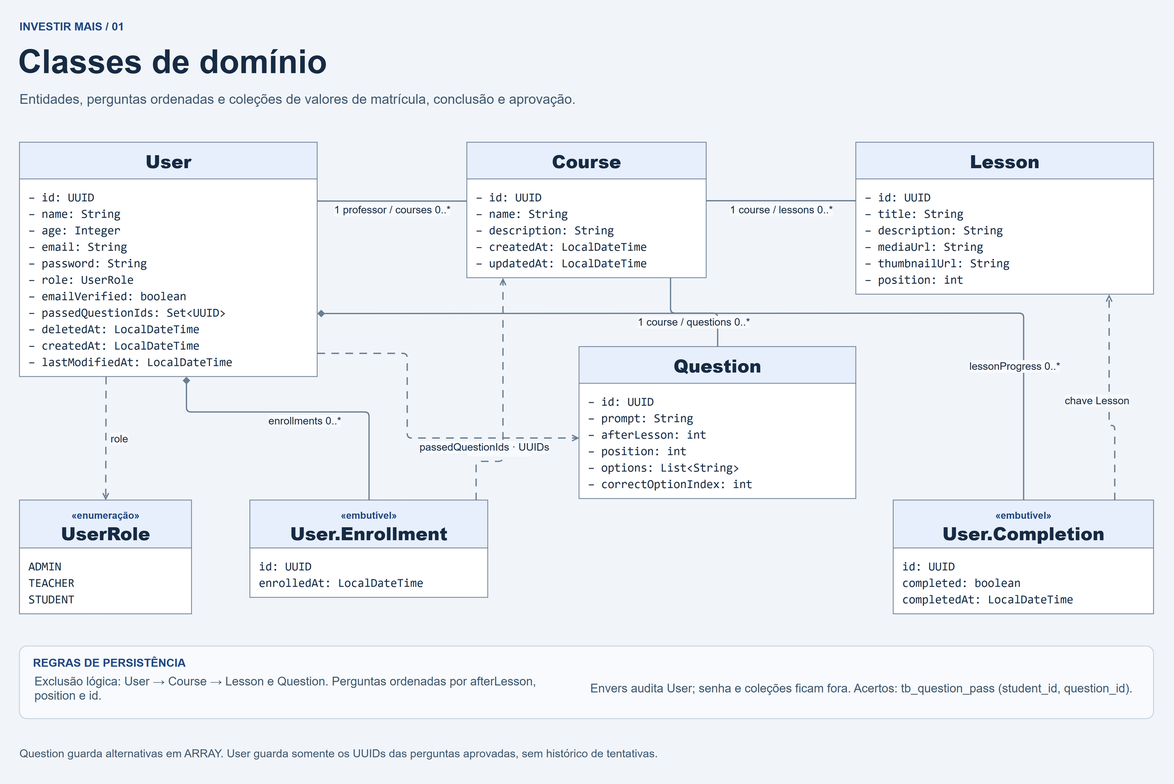
Above: docs/diagramas/classes-de-dominio.png in GabrielYYM/INVESTIR-MAIS (draw.io), before the change. Source tidied: cells renumbered, new cells last; positions are measured from the earlier drawing's top-left corner, leaving out a move shared by most shapes.
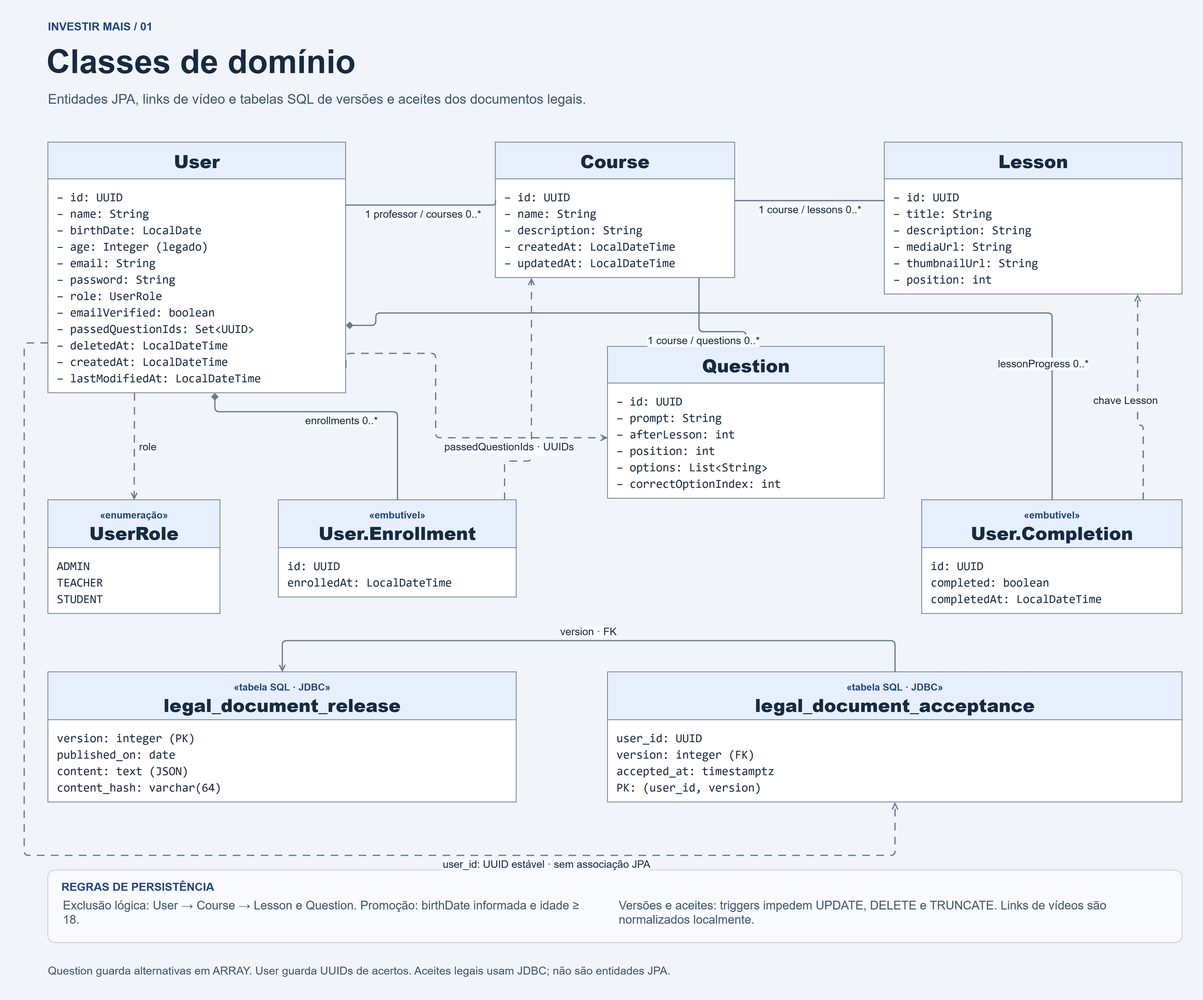
Above is the later version.

Diff of the diagram source:
```diff
@@ -8,17 +8,17 @@
     <mxCell id="3" value="Classes de domínio" style="html=1;whiteSpace=wrap;text;strokeColor=none;fillColor=none;fontSize=44;fontColor=#172B43;fontStyle=1;align=left;verticalAlign=middle;spacing=0;" parent="1" vertex="1">
       <mxGeometry y="31" width="1520" height="54" as="geometry" />
     </mxCell>
-    <mxCell id="4" value="Entidades, perguntas ordenadas e coleções de valores de matrícula, conclusão e aprovação." style="html=1;whiteSpace=wrap;text;strokeColor=none;fillColor=none;fontSize=18;fontColor=#405870;fontStyle=0;align=left;verticalAlign=middle;spacing=0;" parent="1" vertex="1">
+    <mxCell id="4" value="Entidades JPA, links de vídeo e tabelas SQL de versões e aceites dos documentos legais." style="html=1;whiteSpace=wrap;text;strokeColor=none;fillColor=none;fontSize=18;fontColor=#405870;fontStyle=0;align=left;verticalAlign=middle;spacing=0;" parent="1" vertex="1">
       <mxGeometry x="2" y="93" width="1516" height="29" as="geometry" />
     </mxCell>
-    <mxCell id="5" value="Question guarda alternativas em ARRAY. User guarda somente os UUIDs das perguntas aprovadas, sem histórico de tentativas." style="html=1;whiteSpace=wrap;text;strokeColor=none;fillColor=none;fontSize=15;fontColor=#405870;fontStyle=0;align=left;verticalAlign=middle;spacing=0;" parent="1" vertex="1">
-      <mxGeometry x="2" y="966" width="1516" height="32" as="geometry" />
+    <mxCell id="5" value="Question guarda alternativas em ARRAY. User guarda UUIDs de acertos. Aceites legais usam JDBC; não são entidades JPA." style="html=1;whiteSpace=wrap;text;strokeColor=none;fillColor=none;fontSize=15;fontColor=#405870;fontStyle=0;align=left;verticalAlign=middle;spacing=0;" parent="1" vertex="1">
+      <mxGeometry x="2" y="1259" width="1516" height="28" as="geometry" />
     </mxCell>
     <mxCell id="6" value="&lt;b style=&quot;font-size:24px&quot;&gt;User&lt;/b&gt;" style="html=1;whiteSpace=wrap;swimlane;startSize=49;horizontal=1;rounded=0;fillColor=#E7EFFD;swimlaneFillColor=#FFFFFF;strokeColor=#6A7D93;fontColor=#172B43;fontSize=20;align=center;verticalAlign=middle;" parent="1" vertex="1">
-      <mxGeometry x="2" y="166" width="398" height="313" as="geometry" />
+      <mxGeometry x="2" y="166" width="398" height="335" as="geometry" />
     </mxCell>
-    <mxCell id="7" value="&lt;div style=&quot;line-height:22px&quot;&gt;− id: UUID&lt;br&gt;− name: String&lt;br&gt;− age: Integer&lt;br&gt;− email: String&lt;br&gt;− password: String&lt;br&gt;− role: UserRole&lt;br&gt;− emailVerified: boolean&lt;br&gt;− passedQuestionIds: Set&amp;lt;UUID&amp;gt;&lt;br&gt;− deletedAt: LocalDateTime&lt;br&gt;− createdAt: LocalDateTime&lt;br&gt;− lastModifiedAt: LocalDateTime&lt;/div&gt;" style="html=1;whiteSpace=wrap;text;strokeColor=none;fillColor=none;align=left;verticalAlign=top;fontFamily=Consolas;fontSize=16;fontColor=#172B43;spacing=0;" parent="6" vertex="1">
-      <mxGeometry x="12" y="58" width="374" height="247" as="geometry" />
+    <mxCell id="7" value="&lt;div style=&quot;line-height:22px&quot;&gt;− id: UUID&lt;br&gt;− name: String&lt;br&gt;− birthDate: LocalDate&lt;br&gt;− age: Integer (legado)&lt;br&gt;− email: String&lt;br&gt;− password: String&lt;br&gt;− role: UserRole&lt;br&gt;− emailVerified: boolean&lt;br&gt;− passedQuestionIds: Set&amp;lt;UUID&amp;gt;&lt;br&gt;− deletedAt: LocalDateTime&lt;br&gt;− createdAt: LocalDateTime&lt;br&gt;− lastModifiedAt: LocalDateTime&lt;/div&gt;" style="html=1;whiteSpace=wrap;text;strokeColor=none;fillColor=none;align=left;verticalAlign=top;fontFamily=Consolas;fontSize=16;fontColor=#172B43;spacing=0;" parent="6" vertex="1">
+      <mxGeometry x="12" y="58" width="374" height="269" as="geometry" />
     </mxCell>
     <mxCell id="8" value="&lt;b style=&quot;font-size:24px&quot;&gt;Course&lt;/b&gt;" style="html=1;whiteSpace=wrap;swimlane;startSize=49;horizontal=1;rounded=0;fillColor=#E7EFFD;swimlaneFillColor=#FFFFFF;strokeColor=#6A7D93;fontColor=#172B43;fontSize=20;align=center;verticalAlign=middle;" parent="1" vertex="1">
       <mxGeometry x="600" y="166" width="320" height="181" as="geometry" />
@@ -65,8 +65,8 @@
     <mxCell id="22" value="1   course / questions   0..*" style="html=1;edgeStyle=segmentEdgeStyle;rounded=1;arcSize=12;strokeColor=#6A7D93;strokeWidth=1.7;endArrow=none;startArrow=none;fontSize=14;fontColor=#172B43;labelBackgroundColor=#F8FAFD;exitX=0.85;exitY=1;entryX=0.5;entryY=0;dashed=0;dashPattern=6 5;" parent="1" edge="1" source="8" target="12">
       <mxGeometry y="-12" relative="1" as="geometry">
         <Array as="points">
-          <mxPoint x="872" y="394" />
-          <mxPoint x="935" y="394" />
+          <mxPoint x="872" y="419" />
+          <mxPoint x="935" y="419" />
         </Array>
       </mxGeometry>
     </mxCell>
@@ -114,16 +114,45 @@
       </mxGeometry>
     </mxCell>
     <mxCell id="29" style="html=1;whiteSpace=wrap;rounded=1;arcSize=10;fillColor=#F8FAFD;strokeColor=#C0CEDC;" parent="1" vertex="1">
-      <mxGeometry x="2" y="839" width="1516" height="97" as="geometry" />
+      <mxGeometry x="2" y="1139" width="1516" height="97" as="geometry" />
     </mxCell>
     <mxCell id="30" value="REGRAS DE PERSISTÊNCIA" style="html=1;whiteSpace=wrap;text;strokeColor=none;fillColor=none;fontSize=15;fontColor=#204884;fontStyle=1;align=left;verticalAlign=middle;spacing=0;" parent="1" vertex="1">
-      <mxGeometry x="20" y="848" width="1480" height="25" as="geometry" />
+      <mxGeometry x="20" y="1148" width="1480" height="25" as="geometry" />
     </mxCell>
-    <mxCell id="31" value="Exclusão lógica: User → Course → Lesson e Question. Perguntas ordenadas por afterLesson, position e id." style="html=1;whiteSpace=wrap;text;strokeColor=none;fillColor=none;fontSize=16;fontColor=#405870;fontStyle=0;align=left;verticalAlign=middle;spacing=0;" parent="1" vertex="1">
-      <mxGeometry x="22" y="875" width="710" height="40" as="geometry" />
+    <mxCell id="31" value="Exclusão lógica: User → Course → Lesson e Question. Promoção: birthDate informada e idade ≥ 18." style="html=1;whiteSpace=wrap;text;strokeColor=none;fillColor=none;fontSize=16;fontColor=#405870;fontStyle=0;align=left;verticalAlign=middle;spacing=0;" parent="1" vertex="1">
+      <mxGeometry x="22" y="1175" width="710" height="40" as="geometry" />
     </mxCell>
-    <mxCell id="32" value="Envers audita User; senha e coleções ficam fora. Acertos: tb_question_pass (student_id, question_id)." style="html=1;whiteSpace=wrap;text;strokeColor=none;fillColor=none;fontSize=16;fontColor=#405870;fontStyle=0;align=left;verticalAlign=middle;spacing=0;" parent="1" vertex="1">
-      <mxGeometry x="765" y="875" width="734" height="40" as="geometry" />
+    <mxCell id="32" value="Versões e aceites: triggers impedem UPDATE, DELETE e TRUNCATE. Links de vídeos são normalizados localmente." style="html=1;whiteSpace=wrap;text;strokeColor=none;fillColor=none;fontSize=16;fontColor=#405870;fontStyle=0;align=left;verticalAlign=middle;spacing=0;" parent="1" vertex="1">
+      <mxGeometry x="765" y="1175" width="734" height="40" as="geometry" />
     </mxCell>
+    <mxCell id="33" value="&lt;span style=&quot;font-size:13px;color:#204884&quot;&gt;«tabela SQL · JDBC»&lt;/span&gt;&lt;br&gt;&lt;b style=&quot;font-size:24px&quot;&gt;legal_document_release&lt;/b&gt;" style="html=1;whiteSpace=wrap;swimlane;startSize=64;horizontal=1;rounded=0;fillColor=#E7EFFD;swimlaneFillColor=#FFFFFF;strokeColor=#6A7D93;fontColor=#172B43;fontSize=20;align=center;verticalAlign=middle;" parent="1" vertex="1">
+      <mxGeometry x="2" y="874" width="626" height="174" as="geometry" />
+    </mxCell>
+    <mxCell id="34" value="&lt;div style=&quot;line-height:22px&quot;&gt;version: integer (PK)&lt;br&gt;published_on: date&lt;br&gt;content: text (JSON)&lt;br&gt;content_hash: varchar(64)&lt;/div&gt;" style="html=1;whiteSpace=wrap;text;strokeColor=none;fillColor=none;align=left;verticalAlign=top;fontFamily=Consolas;fontSize=16;fontColor=#172B43;spacing=0;" parent="33" vertex="1">
+      <mxGeometry x="12" y="73" width="602" height="93" as="geometry" />
+    </mxCell>
+    <mxCell id="35" value="&lt;span style=&quot;font-size:13px;color:#204884&quot;&gt;«tabela SQL · JDBC»&lt;/span&gt;&lt;br&gt;&lt;b style=&quot;font-size:24px&quot;&gt;legal_document_acceptance&lt;/b&gt;" style="html=1;whiteSpace=wrap;swimlane;startSize=64;horizontal=1;rounded=0;fillColor=#E7EFFD;swimlaneFillColor=#FFFFFF;strokeColor=#6A7D93;fontColor=#172B43;fontSize=20;align=center;verticalAlign=middle;" parent="1" vertex="1">
+      <mxGeometry x="750" y="874" width="768" height="174" as="geometry" />
+    </mxCell>
+    <mxCell id="36" value="&lt;div style=&quot;line-height:22px&quot;&gt;user_id: UUID&lt;br&gt;version: integer (FK)&lt;br&gt;accepted_at: timestamptz&lt;br&gt;PK: (user_id, version)&lt;/div&gt;" style="html=1;whiteSpace=wrap;text;strokeColor=none;fillColor=none;align=left;verticalAlign=top;fontFamily=Consolas;fontSize=16;fontColor=#172B43;spacing=0;" parent="35" vertex="1">
+      <mxGeometry x="12" y="73" width="744" height="93" as="geometry" />
+    </mxCell>
+    <mxCell id="37" value="version · FK" style="html=1;edgeStyle=segmentEdgeStyle;rounded=1;arcSize=12;strokeColor=#6A7D93;strokeWidth=1.7;endArrow=open;startArrow=none;fontSize=14;fontColor=#172B43;labelBackgroundColor=#F8FAFD;exitX=0.5;exitY=0;entryX=0.5;entryY=0;dashed=0;dashPattern=6 5;" parent="1" edge="1" source="35" target="33">
+      <mxGeometry y="-12" relative="1" as="geometry">
+        <Array as="points">
+          <mxPoint x="1134" y="832" />
+          <mxPoint x="315" y="832" />
+        </Array>
+      </mxGeometry>
+    </mxCell>
+    <mxCell id="38" value="user_id: UUID estável · sem associação JPA" style="html=1;edgeStyle=segmentEdgeStyle;rounded=1;arcSize=12;strokeColor=#6A7D93;strokeWidth=1.7;endArrow=open;startArrow=none;fontSize=14;fontColor=#172B43;labelBackgroundColor=#F8FAFD;exitX=0;exitY=0.8;entryX=0.5;entryY=1;dashed=1;dashPattern=6 5;" parent="1" edge="1" source="6" target="35">
+      <mxGeometry x="0.45" y="-12" relative="1" as="geometry">
+        <Array as="points">
+          <mxPoint x="-30" y="434" />
+          <mxPoint x="-30" y="1119" />
+          <mxPoint x="1134" y="1119" />
+        </Array>
+      </mxGeometry>
+    </mxCell>
   </root>
 </mxGraphModel>
```
